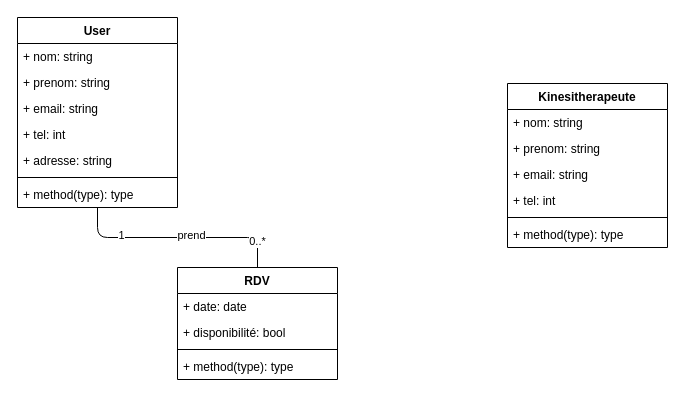
The draw.io diagram documentation/DC_KCV.drawio in yusrachan/KCV_Project, before the edit. Source tidied: cells renumbered, new cells numbered last; positions are measured from the earlier drawing's top-left corner, leaving out a move shared by most shapes. Both pictures are drawn from the tidied source at 100%, with x=0, y=0 at pixel (17, 17).
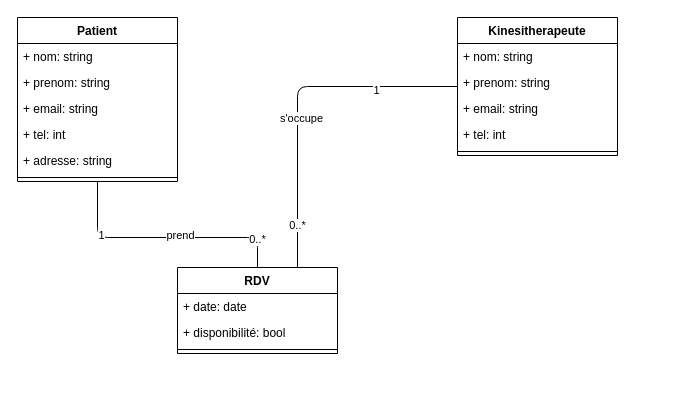
The same page after the edit.

Commit message:
relation classes

Diff of the diagram source:
```diff
@@
-    <mxCell id="2" value="User" style="swimlane;fontStyle=1;align=center;verticalAlign=top;horizontal=1;startSize=26;" parent="1" vertex="1">
-      <mxGeometry width="160" height="190" as="geometry" />
+    <mxCell id="2" value="Patient" style="swimlane;fontStyle=1;align=center;verticalAlign=top;horizontal=1;startSize=26;" parent="1" vertex="1">
+      <mxGeometry width="160" height="164" as="geometry" />
     </mxCell>
@@
-    <mxCell id="9" value="+ method(type): type" style="text;strokeColor=none;fillColor=none;align=left;verticalAlign=top;spacingLeft=4;spacingRight=4;overflow=hidden;" parent="2" vertex="1">
-      <mxGeometry y="164" width="160" height="26" as="geometry" />
-    </mxCell>
     <mxCell id="10" value="Kinesitherapeute" style="swimlane;fontStyle=1;align=center;verticalAlign=top;horizontal=1;startSize=26;" parent="1" vertex="1">
-      <mxGeometry x="490" y="66" width="160" height="164" as="geometry" />
+      <mxGeometry x="440" width="160" height="138" as="geometry" />
     </mxCell>
@@
-    <mxCell id="16" value="+ method(type): type" style="text;strokeColor=none;fillColor=none;align=left;verticalAlign=top;spacingLeft=4;spacingRight=4;overflow=hidden;" parent="10" vertex="1">
-      <mxGeometry y="138" width="160" height="26" as="geometry" />
-    </mxCell>
     <mxCell id="17" value="RDV" style="swimlane;fontStyle=1;align=center;verticalAlign=top;horizontal=1;startSize=26;" parent="1" vertex="1">
-      <mxGeometry x="160" y="250" width="160" height="112" as="geometry" />
+      <mxGeometry x="160" y="250" width="160" height="86" as="geometry" />
     </mxCell>
@@
-    <mxCell id="21" value="+ method(type): type" style="text;strokeColor=none;fillColor=none;align=left;verticalAlign=top;spacingLeft=4;spacingRight=4;overflow=hidden;" parent="17" vertex="1">
-      <mxGeometry y="86" width="160" height="26" as="geometry" />
-    </mxCell>
@@
+    <mxCell id="26" style="endArrow=none;html=1;edgeStyle=orthogonalEdgeStyle;entryX=0.75;entryY=0;entryDx=0;entryDy=0;" parent="1" edge="1" source="10" target="17">
+      <mxGeometry relative="1" as="geometry" />
+    </mxCell>
+    <mxCell id="27" value="s'occupe" style="edgeLabel;html=1;align=center;verticalAlign=middle;" parent="26" vertex="1">
+      <mxGeometry x="0.12" y="3" relative="1" as="geometry" />
+    </mxCell>
+    <mxCell id="28" value="1" style="edgeLabel;html=1;align=center;verticalAlign=middle;" parent="26" vertex="1">
+      <mxGeometry x="-0.52" y="3" relative="1" as="geometry" />
+    </mxCell>
+    <mxCell id="29" value="0..*" style="edgeLabel;html=1;align=center;verticalAlign=middle;" parent="26" vertex="1">
+      <mxGeometry x="0.75" y="-1" relative="1" as="geometry" />
+    </mxCell>
```
